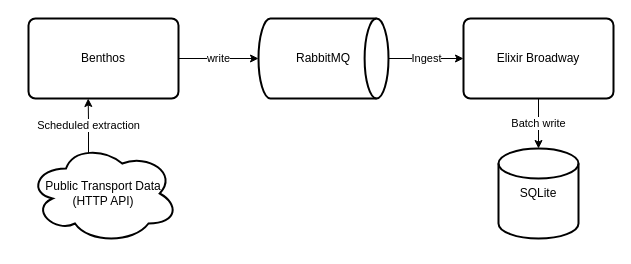
ppatrzyk/stream-transport keeps this draw.io diagram as flowchart/flow.drawio. Above is the earlier version. Source tidied: cells renumbered, new cells numbered last; positions are measured from the earlier drawing's top-left corner, leaving out a move shared by most shapes. Both pictures are drawn from the tidied source at 100%, with x=0, y=0 at pixel (28, 18).
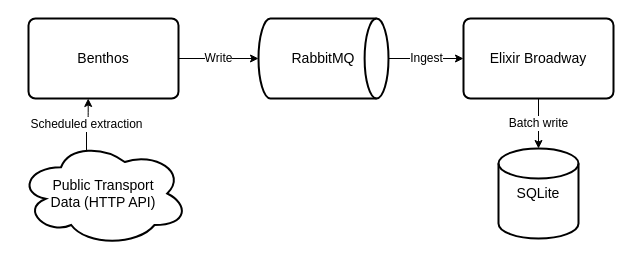
After the change.

Diff of the diagram source:
```diff
@@
-<mxGraphModel>
+<mxGraphModel background="#FFFFFF">
   <root>
     <mxCell id="0" />
     <mxCell id="1" parent="0" />
-    <mxCell id="2" value="SQLite" style="strokeWidth=2;html=1;shape=mxgraph.flowchart.database;whiteSpace=wrap;" parent="1" vertex="1">
+    <mxCell id="2" value="SQLite" style="strokeWidth=2;html=1;shape=mxgraph.flowchart.database;whiteSpace=wrap;fontFamily=Mirza;fontSize=14;rounded=1;" parent="1" vertex="1">
       <mxGeometry x="470" y="130" width="80" height="90" as="geometry" />
     </mxCell>
-    <mxCell id="3" value="Ingest" style="edgeStyle=orthogonalEdgeStyle;rounded=0;jettySize=auto;html=1;exitX=1;exitY=0.5;exitDx=0;exitDy=0;exitPerimeter=0;entryX=0;entryY=0.5;entryDx=0;entryDy=0;" parent="1" edge="1" source="4" target="6">
+    <mxCell id="3" value="Ingest" style="edgeStyle=orthogonalEdgeStyle;rounded=1;jettySize=auto;html=1;exitX=1;exitY=0.5;exitDx=0;exitDy=0;exitPerimeter=0;entryX=0;entryY=0.5;entryDx=0;entryDy=0;fontFamily=Mirza;fontSize=12;" parent="1" edge="1" source="4" target="6">
       <mxGeometry relative="1" as="geometry" />
     </mxCell>
-    <mxCell id="4" value="RabbitMQ" style="strokeWidth=2;html=1;shape=mxgraph.flowchart.direct_data;whiteSpace=wrap;" parent="1" vertex="1">
+    <mxCell id="4" value="RabbitMQ" style="strokeWidth=2;html=1;shape=mxgraph.flowchart.direct_data;whiteSpace=wrap;fontFamily=Mirza;fontSize=14;rounded=1;" parent="1" vertex="1">
       <mxGeometry x="230" width="130" height="80" as="geometry" />
     </mxCell>
-    <mxCell id="5" value="Batch write" style="edgeStyle=orthogonalEdgeStyle;rounded=0;jettySize=auto;html=1;exitX=0.5;exitY=1;exitDx=0;exitDy=0;entryX=0.5;entryY=0;entryDx=0;entryDy=0;entryPerimeter=0;" parent="1" edge="1" source="6" target="2">
+    <mxCell id="5" value="Batch write" style="edgeStyle=orthogonalEdgeStyle;rounded=1;jettySize=auto;html=1;exitX=0.5;exitY=1;exitDx=0;exitDy=0;entryX=0.5;entryY=0;entryDx=0;entryDy=0;entryPerimeter=0;fontFamily=Mirza;fontSize=12;" parent="1" edge="1" source="6" target="2">
       <mxGeometry relative="1" as="geometry" />
     </mxCell>
-    <mxCell id="6" value="Elixir Broadway" style="rounded=1;whiteSpace=wrap;html=1;absoluteArcSize=1;arcSize=14;strokeWidth=2;" parent="1" vertex="1">
+    <mxCell id="6" value="Elixir Broadway" style="rounded=1;whiteSpace=wrap;html=1;absoluteArcSize=1;arcSize=14;strokeWidth=2;fontFamily=Mirza;fontSize=14;" parent="1" vertex="1">
       <mxGeometry x="435" width="150" height="80" as="geometry" />
     </mxCell>
-    <mxCell id="7" value="Scheduled extraction" style="edgeStyle=orthogonalEdgeStyle;rounded=0;jettySize=auto;html=1;exitX=0.4;exitY=0.1;exitDx=0;exitDy=0;exitPerimeter=0;entryX=0.398;entryY=1;entryDx=0;entryDy=0;entryPerimeter=0;" parent="1" edge="1" source="8" target="10">
+    <mxCell id="7" value="Scheduled extraction" style="edgeStyle=orthogonalEdgeStyle;rounded=1;jettySize=auto;html=1;exitX=0.4;exitY=0.1;exitDx=0;exitDy=0;exitPerimeter=0;entryX=0.398;entryY=1;entryDx=0;entryDy=0;entryPerimeter=0;fontFamily=Mirza;fontSize=12;" parent="1" edge="1" source="8" target="10">
       <mxGeometry relative="1" as="geometry" />
     </mxCell>
-    <mxCell id="8" value="Public Transport Data (HTTP API)" style="ellipse;shape=cloud;whiteSpace=wrap;html=1;strokeWidth=2;" parent="1" vertex="1">
-      <mxGeometry y="125" width="150" height="100" as="geometry" />
+    <mxCell id="8" value="Public Transport&lt;br style=&quot;font-size: 14px;&quot;&gt;Data (HTTP API)" style="ellipse;shape=cloud;whiteSpace=wrap;html=1;strokeWidth=2;fontFamily=Mirza;fontSize=14;rounded=1;" parent="1" vertex="1">
+      <mxGeometry x="-10" y="122.5" width="170" height="105" as="geometry" />
     </mxCell>
-    <mxCell id="9" value="write" style="edgeStyle=orthogonalEdgeStyle;rounded=0;jettySize=auto;html=1;exitX=1;exitY=0.5;exitDx=0;exitDy=0;entryX=0;entryY=0.5;entryDx=0;entryDy=0;entryPerimeter=0;" parent="1" edge="1" source="10" target="4">
+    <mxCell id="9" value="Write" style="edgeStyle=orthogonalEdgeStyle;rounded=1;jettySize=auto;html=1;exitX=1;exitY=0.5;exitDx=0;exitDy=0;entryX=0;entryY=0.5;entryDx=0;entryDy=0;entryPerimeter=0;fontFamily=Mirza;fontSize=12;" parent="1" edge="1" source="10" target="4">
       <mxGeometry relative="1" as="geometry" />
     </mxCell>
-    <mxCell id="10" value="Benthos" style="rounded=1;whiteSpace=wrap;html=1;absoluteArcSize=1;arcSize=14;strokeWidth=2;" parent="1" vertex="1">
+    <mxCell id="10" value="Benthos" style="rounded=1;whiteSpace=wrap;html=1;absoluteArcSize=1;arcSize=14;strokeWidth=2;fontFamily=Mirza;fontSize=14;" parent="1" vertex="1">
       <mxGeometry width="150" height="80" as="geometry" />
     </mxCell>
   </root>
 </mxGraphModel>
```
